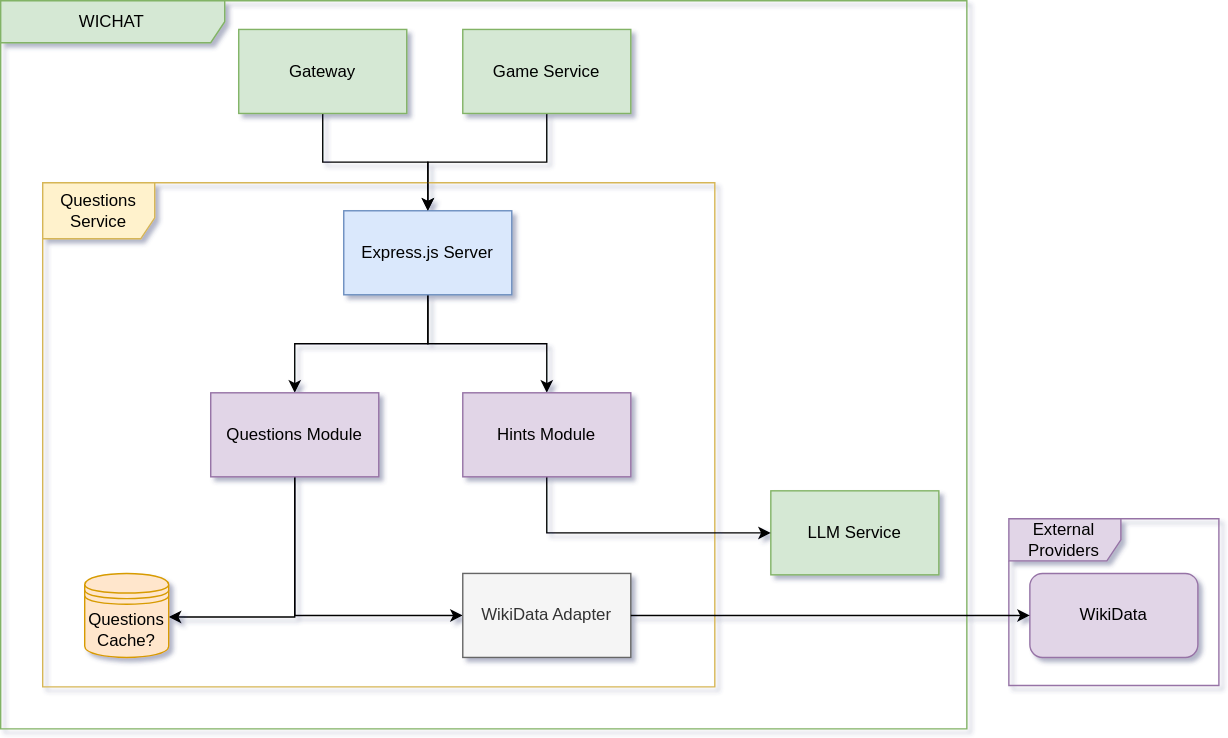
Earlier version of the draw.io export images/build_block_view/questions_service.drawio.svg (Arquisoft/wichat_en1c). Source tidied: cells renumbered, new cells last; positions are measured from the earlier drawing's top-left corner, leaving out a move shared by most shapes.
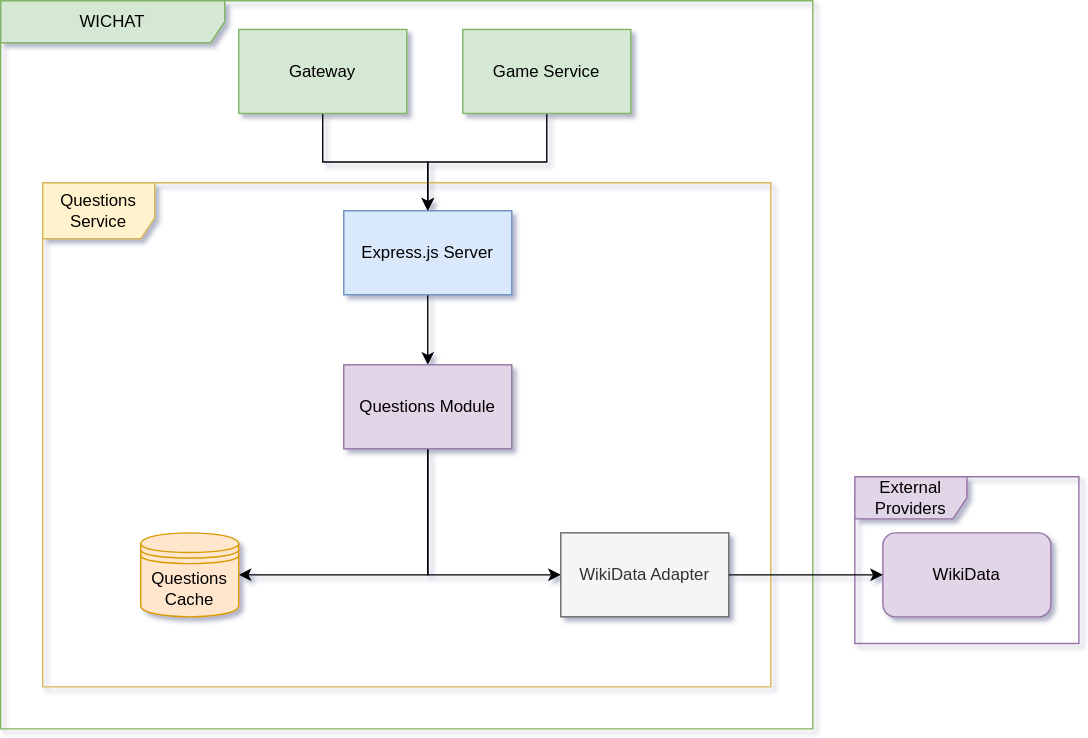
The same file after the commit.

The edit, as a diff of the source:
```diff
@@ -3,76 +3,65 @@
     <mxCell id="0" />
     <mxCell id="1" parent="0" />
     <mxCell id="2" value="WICHAT" style="shape=umlFrame;whiteSpace=wrap;html=1;width=160;fillColor=#d5e8d4;strokeColor=#82b366;" parent="1" vertex="1">
-      <mxGeometry width="690" height="520" as="geometry" />
+      <mxGeometry width="580" height="520" as="geometry" />
     </mxCell>
-    <mxCell id="3" style="edgeStyle=orthogonalEdgeStyle;rounded=0;jettySize=auto;html=1;" parent="2" edge="1" source="4" target="8">
+    <mxCell id="3" style="edgeStyle=orthogonalEdgeStyle;rounded=0;jettySize=auto;html=1;" parent="2" edge="1" source="4" target="7">
       <mxGeometry relative="1" as="geometry" />
     </mxCell>
     <mxCell id="4" value="Gateway" style="rounded=0;whiteSpace=wrap;html=1;fillColor=#d5e8d4;strokeColor=#82b366;" parent="2" vertex="1">
       <mxGeometry x="170" y="20.5" width="120" height="60" as="geometry" />
     </mxCell>
     <mxCell id="5" value="Questions Service" style="shape=umlFrame;whiteSpace=wrap;html=1;fillColor=#fff2cc;strokeColor=#d6b656;fillStyle=auto;width=80;height=40;" parent="2" vertex="1">
-      <mxGeometry x="30" y="130" width="480" height="360" as="geometry" />
+      <mxGeometry x="30" y="130" width="520" height="360" as="geometry" />
     </mxCell>
-    <mxCell id="6" style="edgeStyle=orthogonalEdgeStyle;rounded=0;jettySize=auto;html=1;" parent="2" edge="1" source="8" target="14">
+    <mxCell id="6" style="edgeStyle=orthogonalEdgeStyle;rounded=0;jettySize=auto;html=1;" parent="2" edge="1" source="7" target="12">
       <mxGeometry relative="1" as="geometry" />
     </mxCell>
-    <mxCell id="7" style="edgeStyle=orthogonalEdgeStyle;rounded=0;jettySize=auto;html=1;" parent="2" edge="1" source="8" target="16">
-      <mxGeometry relative="1" as="geometry" />
+    <mxCell id="7" value="Express.js Server" style="rounded=0;whiteSpace=wrap;html=1;fillColor=#dae8fc;strokeColor=#6c8ebf;" parent="2" vertex="1">
+      <mxGeometry x="245" y="150" width="120" height="60" as="geometry" />
     </mxCell>
-    <mxCell id="8" value="Express.js Server" style="rounded=0;whiteSpace=wrap;html=1;fillColor=#dae8fc;strokeColor=#6c8ebf;" parent="2" vertex="1">
-      <mxGeometry x="245" y="150" width="120" height="60" as="geometry" />
+    <mxCell id="8" style="edgeStyle=orthogonalEdgeStyle;rounded=0;jettySize=auto;html=1;" parent="2" edge="1" source="9" target="7">
+      <mxGeometry relative="1" as="geometry" />
     </mxCell>
-    <mxCell id="9" style="edgeStyle=orthogonalEdgeStyle;rounded=0;jettySize=auto;html=1;" parent="2" edge="1" source="10" target="8">
-      <mxGeometry relative="1" as="geometry" />
+    <mxCell id="9" value="Game Service" style="rounded=0;whiteSpace=wrap;html=1;fillColor=#d5e8d4;strokeColor=#82b366;" parent="2" vertex="1">
+      <mxGeometry x="330" y="20.5" width="120" height="60" as="geometry" />
     </mxCell>
-    <mxCell id="10" value="Game Service" style="rounded=0;whiteSpace=wrap;html=1;fillColor=#d5e8d4;strokeColor=#82b366;" parent="2" vertex="1">
-      <mxGeometry x="330" y="20.5" width="120" height="60" as="geometry" />
+    <mxCell id="10" style="edgeStyle=orthogonalEdgeStyle;rounded=0;jettySize=auto;html=1;" parent="2" edge="1" source="12" target="13">
+      <mxGeometry relative="1" as="geometry">
+        <Array as="points">
+          <mxPoint x="305" y="410" />
+        </Array>
+      </mxGeometry>
     </mxCell>
-    <mxCell id="11" value="LLM Service" style="rounded=0;whiteSpace=wrap;html=1;fillColor=#d5e8d4;strokeColor=#82b366;" parent="2" vertex="1">
-      <mxGeometry x="550" y="350" width="120" height="60" as="geometry" />
+    <mxCell id="11" style="edgeStyle=orthogonalEdgeStyle;rounded=0;jettySize=auto;html=1;" parent="2" edge="1" source="12" target="14">
+      <mxGeometry relative="1" as="geometry">
+        <Array as="points">
+          <mxPoint x="305" y="410" />
+        </Array>
+      </mxGeometry>
     </mxCell>
-    <mxCell id="12" style="edgeStyle=orthogonalEdgeStyle;rounded=0;jettySize=auto;html=1;" parent="2" edge="1" source="14" target="17">
-      <mxGeometry relative="1" as="geometry">
-        <Array as="points">
-          <mxPoint x="210" y="439" />
-        </Array>
-      </mxGeometry>
+    <mxCell id="12" value="Questions Module" style="whiteSpace=wrap;html=1;fillColor=#e1d5e7;strokeColor=#9673a6;" parent="2" vertex="1">
+      <mxGeometry x="245" y="260" width="120" height="60" as="geometry" />
     </mxCell>
-    <mxCell id="13" style="edgeStyle=orthogonalEdgeStyle;rounded=0;jettySize=auto;html=1;" parent="2" edge="1" source="14" target="21">
-      <mxGeometry relative="1" as="geometry">
-        <Array as="points">
-          <mxPoint x="210" y="440" />
-        </Array>
-      </mxGeometry>
+    <mxCell id="13" value="WikiData Adapter" style="whiteSpace=wrap;html=1;fillColor=#f5f5f5;strokeColor=#666666;fontColor=#333333;" parent="2" vertex="1">
+      <mxGeometry x="400" y="380" width="120" height="60" as="geometry" />
     </mxCell>
-    <mxCell id="14" value="Questions Module" style="whiteSpace=wrap;html=1;fillColor=#e1d5e7;strokeColor=#9673a6;" parent="2" vertex="1">
-      <mxGeometry x="150" y="280" width="120" height="60" as="geometry" />
+    <mxCell id="14" value="Questions Cache" style="shape=datastore;whiteSpace=wrap;html=1;fillColor=#ffe6cc;strokeColor=#d79b00;" parent="2" vertex="1">
+      <mxGeometry x="100" y="380" width="70" height="60" as="geometry" />
     </mxCell>
-    <mxCell id="15" style="edgeStyle=orthogonalEdgeStyle;rounded=0;jettySize=auto;html=1;exitX=0.5;exitY=1;exitDx=0;exitDy=0;" parent="2" edge="1" source="16" target="11">
-      <mxGeometry relative="1" as="geometry">
-        <Array as="points">
-          <mxPoint x="390" y="380" />
-        </Array>
-      </mxGeometry>
+    <mxCell id="15" value="External Providers" style="shape=umlFrame;whiteSpace=wrap;html=1;fillColor=#e1d5e7;strokeColor=#9673a6;width=80;height=30;" parent="1" vertex="1">
+      <mxGeometry x="610" y="340" width="160" height="119" as="geometry" />
     </mxCell>
-    <mxCell id="16" value="Hints Module" style="whiteSpace=wrap;html=1;fillColor=#e1d5e7;strokeColor=#9673a6;" parent="2" vertex="1">
-      <mxGeometry x="330" y="280" width="120" height="60" as="geometry" />
+    <mxCell id="16" value="WikiData" style="rounded=1;whiteSpace=wrap;html=1;fillColor=#e1d5e7;strokeColor=#9673a6;" parent="1" vertex="1">
+      <mxGeometry x="630" y="380" width="120" height="60" as="geometry" />
     </mxCell>
-    <mxCell id="17" value="WikiData Adapter" style="whiteSpace=wrap;html=1;fillColor=#f5f5f5;strokeColor=#666666;fontColor=#333333;" parent="2" vertex="1">
-      <mxGeometry x="330" y="409" width="120" height="60" as="geometry" />
+    <mxCell id="17" style="edgeStyle=orthogonalEdgeStyle;rounded=0;jettySize=auto;html=1;" parent="1" edge="1" source="13" target="16">
+      <mxGeometry relative="1" as="geometry">
+        <Array as="points">
+          <mxPoint x="680" y="410" />
+          <mxPoint x="680" y="410" />
+        </Array>
+      </mxGeometry>
     </mxCell>
-    <mxCell id="18" value="External Providers" style="shape=umlFrame;whiteSpace=wrap;html=1;fillColor=#e1d5e7;strokeColor=#9673a6;width=80;height=30;" parent="2" vertex="1">
-      <mxGeometry x="720" y="370" width="150" height="119" as="geometry" />
-    </mxCell>
-    <mxCell id="19" value="WikiData" style="rounded=1;whiteSpace=wrap;html=1;fillColor=#e1d5e7;strokeColor=#9673a6;" parent="2" vertex="1">
-      <mxGeometry x="735" y="409" width="120" height="60" as="geometry" />
-    </mxCell>
-    <mxCell id="20" style="edgeStyle=orthogonalEdgeStyle;rounded=0;jettySize=auto;html=1;" parent="2" edge="1" source="17" target="19">
-      <mxGeometry relative="1" as="geometry" />
-    </mxCell>
-    <mxCell id="21" value="Questions Cache?" style="shape=datastore;whiteSpace=wrap;html=1;fillColor=#ffe6cc;strokeColor=#d79b00;" parent="2" vertex="1">
-      <mxGeometry x="60" y="409" width="60" height="60" as="geometry" />
-    </mxCell>
   </root>
 </mxGraphModel>
```
